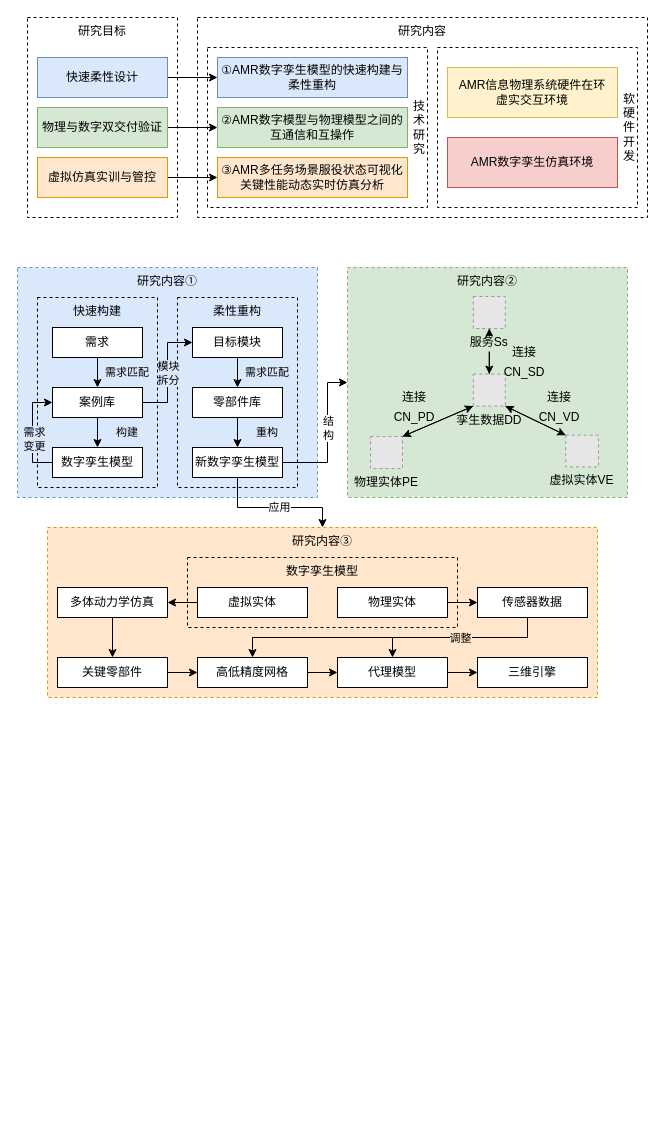
The draw.io diagram 开题报告.drawio in lilingkang/drawio-files, before the edit. Source tidied: cells renumbered, new cells numbered last; positions are measured from the earlier drawing's top-left corner, leaving out a move shared by most shapes. Both pictures are drawn from the tidied source at 100%, with x=0, y=0 at pixel (17, 17). Pictures stored in the file or linked from it are replaced by grey dashed boxes.
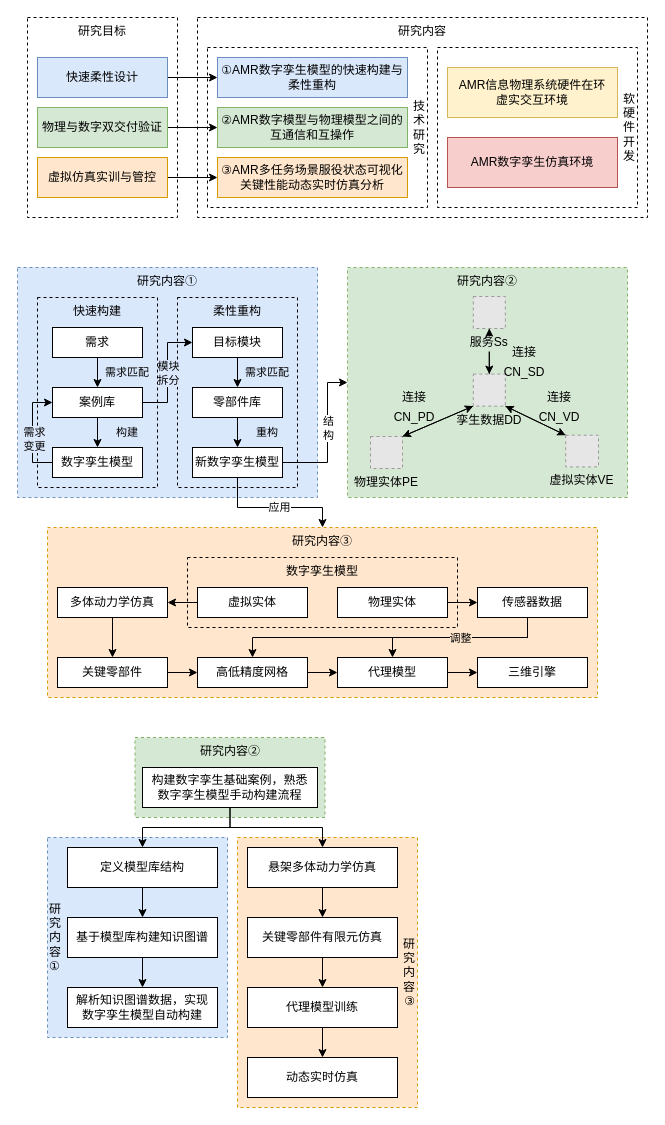
The same page after the edit.

Commit message:
更新开题报告.drawio

Change to the diagram source:
```diff
@@
+    <mxCell id="76" value="研究内容②" style="rounded=0;whiteSpace=wrap;html=1;dashed=1;fontFamily=Helvetica;fontSize=12;fillColor=#d5e8d4;verticalAlign=top;strokeColor=#82b366;align=center;" parent="1" vertex="1">
+      <mxGeometry x="117.5" y="720" width="190" height="80" as="geometry" />
+    </mxCell>
+    <mxCell id="77" value="研&lt;br&gt;究&lt;br&gt;内&lt;br&gt;容&lt;br&gt;③" style="rounded=0;whiteSpace=wrap;html=1;dashed=1;fontFamily=Helvetica;fontSize=12;fillColor=#ffe6cc;verticalAlign=middle;strokeColor=#d79b00;align=right;" parent="1" vertex="1">
+      <mxGeometry x="220" y="820" width="180" height="270" as="geometry" />
+    </mxCell>
+    <mxCell id="78" value="研&lt;br&gt;究&lt;br&gt;内&lt;br&gt;容&lt;br&gt;①" style="rounded=0;whiteSpace=wrap;html=1;dashed=1;fontFamily=Helvetica;fontSize=12;fillColor=#dae8fc;verticalAlign=middle;strokeColor=#6c8ebf;align=left;" parent="1" vertex="1">
+      <mxGeometry x="30" y="820" width="180" height="200" as="geometry" />
+    </mxCell>
@@
+    <mxCell id="79" style="edgeStyle=orthogonalEdgeStyle;rounded=0;jettySize=auto;html=1;" parent="1" edge="1" source="81" target="83">
+      <mxGeometry relative="1" as="geometry" />
+    </mxCell>
+    <mxCell id="80" style="edgeStyle=orthogonalEdgeStyle;rounded=0;jettySize=auto;html=1;" parent="1" edge="1" source="81" target="88">
+      <mxGeometry relative="1" as="geometry" />
+    </mxCell>
+    <mxCell id="81" value="构建数字孪生基础案例，熟悉&lt;br&gt;数字孪生模型手动构建流程" style="whiteSpace=wrap;html=1;rounded=0;" parent="1" vertex="1">
+      <mxGeometry x="125" y="750" width="175" height="40" as="geometry" />
+    </mxCell>
+    <mxCell id="82" style="edgeStyle=orthogonalEdgeStyle;rounded=0;jettySize=auto;html=1;" parent="1" edge="1" source="83" target="85">
+      <mxGeometry relative="1" as="geometry" />
+    </mxCell>
+    <mxCell id="83" value="定义模型库结构" style="whiteSpace=wrap;html=1;rounded=0;" parent="1" vertex="1">
+      <mxGeometry x="50" y="830" width="150" height="40" as="geometry" />
+    </mxCell>
+    <mxCell id="84" style="edgeStyle=orthogonalEdgeStyle;rounded=0;jettySize=auto;html=1;" parent="1" edge="1" source="85" target="86">
+      <mxGeometry relative="1" as="geometry" />
+    </mxCell>
+    <mxCell id="85" value="基于模型库构建知识图谱" style="whiteSpace=wrap;html=1;rounded=0;" parent="1" vertex="1">
+      <mxGeometry x="50" y="900" width="150" height="40" as="geometry" />
+    </mxCell>
+    <mxCell id="86" value="解析知识图谱数据，实现&lt;br&gt;数字孪生模型自动构建" style="whiteSpace=wrap;html=1;rounded=0;" parent="1" vertex="1">
+      <mxGeometry x="50" y="970" width="150" height="40" as="geometry" />
+    </mxCell>
+    <mxCell id="87" style="edgeStyle=orthogonalEdgeStyle;rounded=0;jettySize=auto;html=1;" parent="1" edge="1" source="88" target="90">
+      <mxGeometry relative="1" as="geometry" />
+    </mxCell>
+    <mxCell id="88" value="悬架多体动力学仿真" style="whiteSpace=wrap;html=1;rounded=0;" parent="1" vertex="1">
+      <mxGeometry x="230" y="830" width="150" height="40" as="geometry" />
+    </mxCell>
+    <mxCell id="89" style="edgeStyle=orthogonalEdgeStyle;rounded=0;jettySize=auto;html=1;" parent="1" edge="1" source="90" target="92">
+      <mxGeometry relative="1" as="geometry" />
+    </mxCell>
+    <mxCell id="90" value="关键零部件有限元仿真" style="whiteSpace=wrap;html=1;rounded=0;" parent="1" vertex="1">
+      <mxGeometry x="230" y="900" width="150" height="40" as="geometry" />
+    </mxCell>
+    <mxCell id="91" style="edgeStyle=orthogonalEdgeStyle;rounded=0;jettySize=auto;html=1;" parent="1" edge="1" source="92" target="93">
+      <mxGeometry relative="1" as="geometry" />
+    </mxCell>
+    <mxCell id="92" value="代理模型训练" style="whiteSpace=wrap;html=1;rounded=0;" parent="1" vertex="1">
+      <mxGeometry x="230" y="970" width="150" height="40" as="geometry" />
+    </mxCell>
+    <mxCell id="93" value="动态实时仿真" style="whiteSpace=wrap;html=1;rounded=0;" parent="1" vertex="1">
+      <mxGeometry x="230" y="1040" width="150" height="40" as="geometry" />
+    </mxCell>
```
